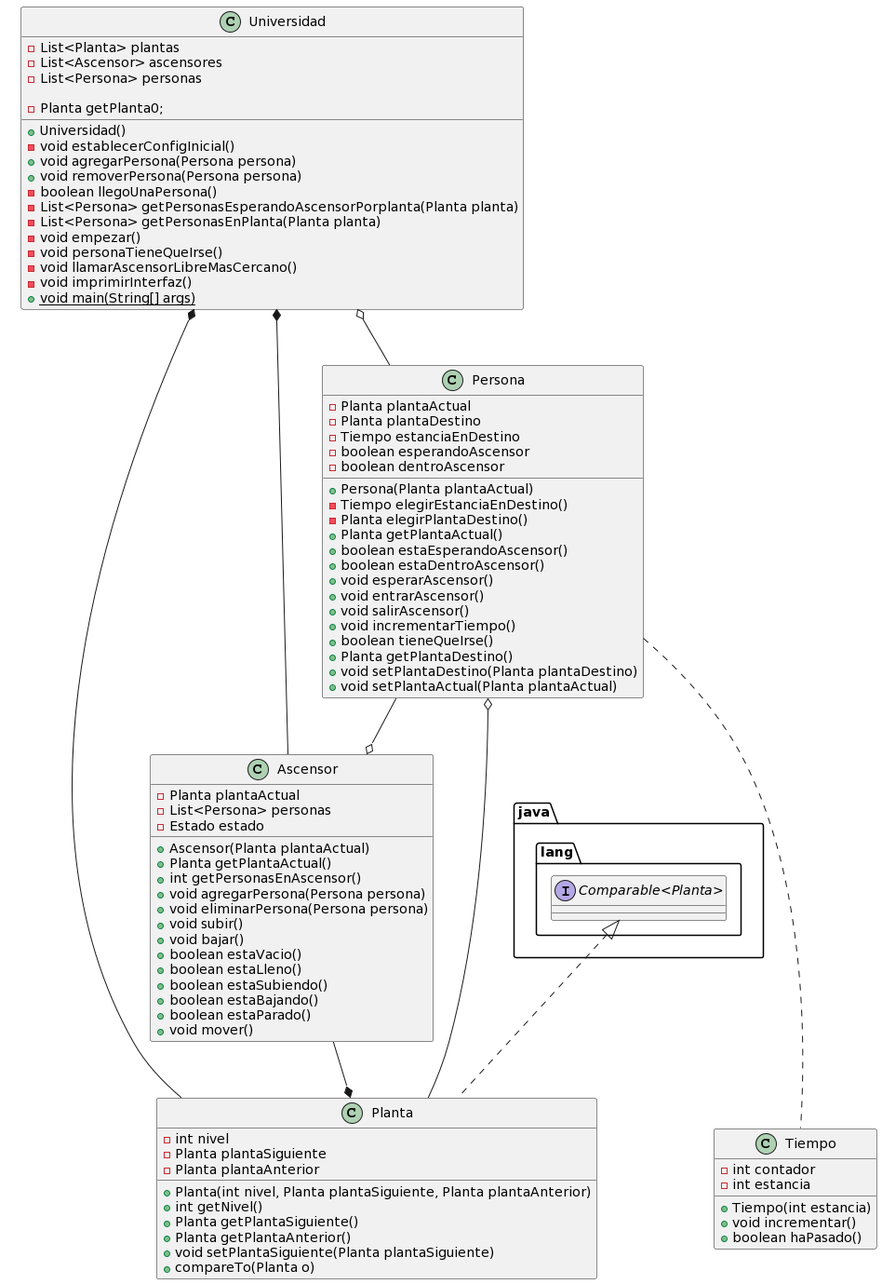
Above: entregas/Grupo4/ModeloDelDominio/images/diagramaDeClases.png in mmasias/IdSw2-22-23 (PlantUML), before the change.
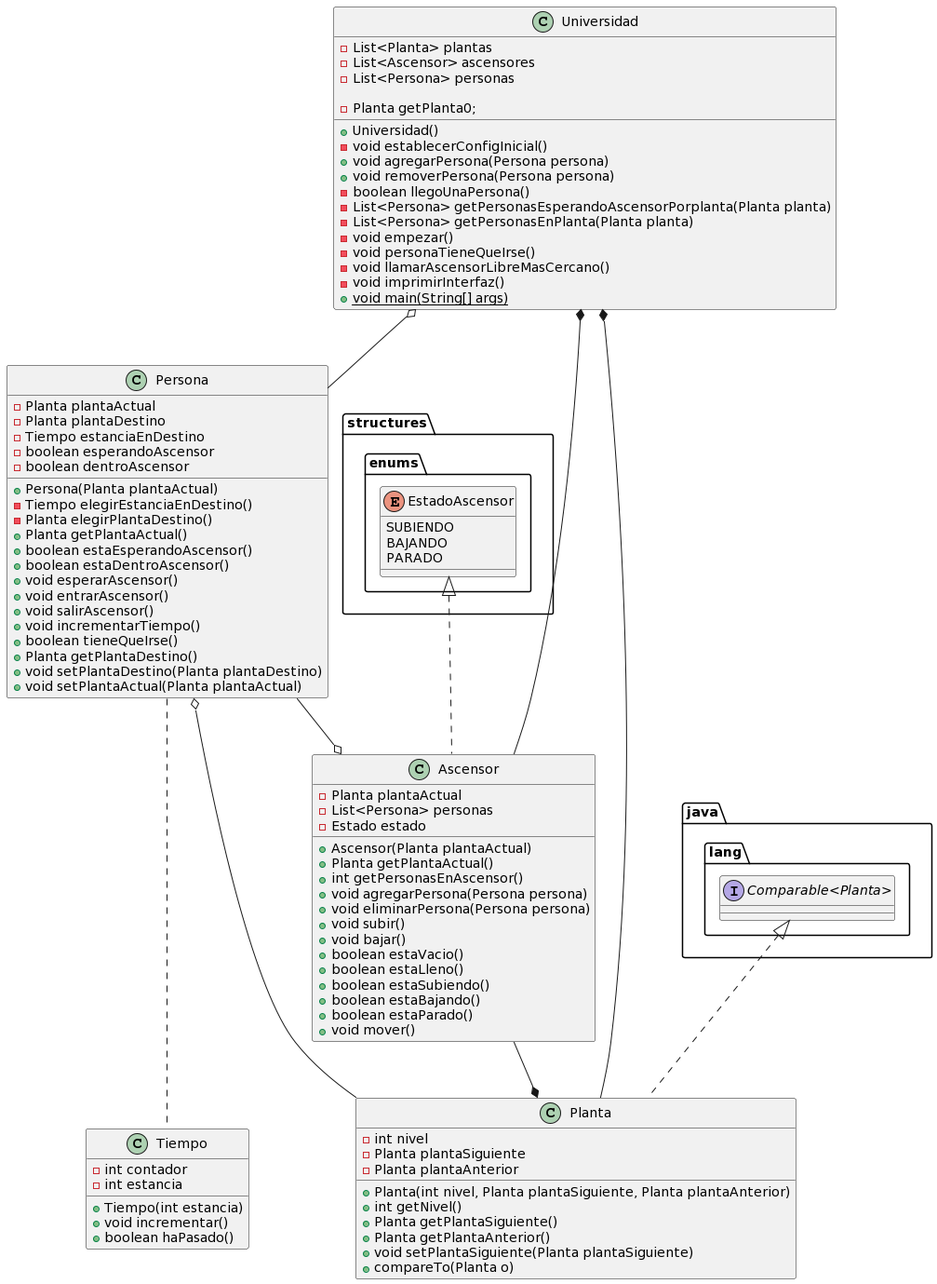
The same diagram one commit later.

Commit message:
correct code and diagrams

Change to the diagram source:
```diff
@@ -22,6 +22,11 @@
     + void setPlantaActual(Planta plantaActual)
 }
 
+enum "structures.enums.EstadoAscensor" {
+    SUBIENDO
+    BAJANDO
+    PARADO
+}
 
 class Tiempo {
     - int contador
@@ -47,7 +52,7 @@
 }
 
 
-class Ascensor {
+class Ascensor implements "structures.enums.EstadoAscensor" {
     - Planta plantaActual
     - List<Persona> personas
     - Estado estado
```
